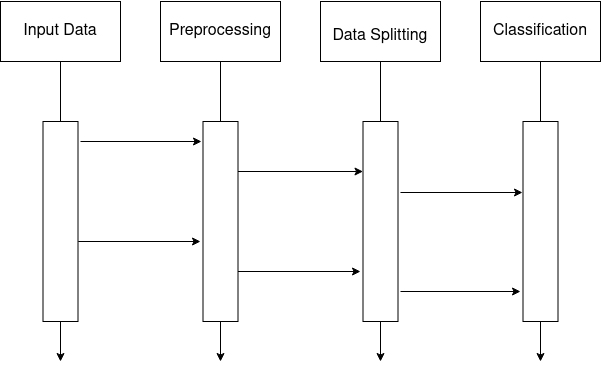
Earlier version of the draw.io export Sequence Diagram.drawio.png (ThenmozhiBalasubramanian/mcaProjectDiagram). Source tidied: cells renumbered, new cells last; positions are measured from the earlier drawing's top-left corner, leaving out a move shared by most shapes.
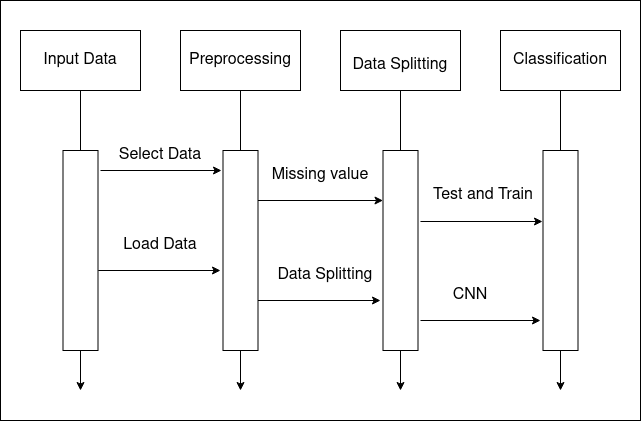
After the change.

What changed in the source:
```diff
@@ -2,6 +2,9 @@
   <root>
     <mxCell id="0" />
     <mxCell id="1" parent="0" />
+    <mxCell id="28" style="rounded=0;whiteSpace=wrap;html=1;fontSize=16;strokeColor=#000000;" parent="1" vertex="1">
+      <mxGeometry x="-20" y="-30" width="640" height="420" as="geometry" />
+    </mxCell>
     <mxCell id="2" style="rounded=0;whiteSpace=wrap;html=1;" parent="1" vertex="1">
       <mxGeometry x="480" width="120" height="60" as="geometry" />
     </mxCell>
@@ -102,5 +105,23 @@
     <mxCell id="27" value="&lt;h4 style=&quot;font-size: 16px;&quot;&gt;&lt;font style=&quot;font-size: 16px;&quot;&gt;&lt;span style=&quot;font-weight: normal;&quot;&gt;Input Data&lt;/span&gt;&lt;/font&gt;&lt;/h4&gt;" style="text;html=1;strokeColor=none;fillColor=none;align=center;verticalAlign=middle;whiteSpace=wrap;rounded=0;" parent="1" vertex="1">
       <mxGeometry x="20" y="15" width="80" height="30" as="geometry" />
     </mxCell>
+    <mxCell id="29" value="CNN" style="text;html=1;strokeColor=none;fillColor=none;align=center;verticalAlign=middle;whiteSpace=wrap;rounded=0;fontSize=16;" parent="1" vertex="1">
+      <mxGeometry x="420" y="250" width="60" height="30" as="geometry" />
+    </mxCell>
+    <mxCell id="30" value="Test and Train" style="text;html=1;strokeColor=none;fillColor=none;align=center;verticalAlign=middle;whiteSpace=wrap;rounded=0;fontSize=16;" parent="1" vertex="1">
+      <mxGeometry x="402.5" y="150" width="120" height="30" as="geometry" />
+    </mxCell>
+    <mxCell id="31" value="Data Splitting" style="text;html=1;strokeColor=none;fillColor=none;align=center;verticalAlign=middle;whiteSpace=wrap;rounded=0;fontSize=16;" parent="1" vertex="1">
+      <mxGeometry x="255" y="230" width="100" height="30" as="geometry" />
+    </mxCell>
+    <mxCell id="32" value="Missing value" style="text;html=1;strokeColor=none;fillColor=none;align=center;verticalAlign=middle;whiteSpace=wrap;rounded=0;fontSize=16;" parent="1" vertex="1">
+      <mxGeometry x="245" y="130" width="110" height="30" as="geometry" />
+    </mxCell>
+    <mxCell id="33" value="Load Data" style="text;html=1;strokeColor=none;fillColor=none;align=center;verticalAlign=middle;whiteSpace=wrap;rounded=0;fontSize=16;" parent="1" vertex="1">
+      <mxGeometry x="100" y="200" width="80" height="30" as="geometry" />
+    </mxCell>
+    <mxCell id="34" value="&lt;h4&gt;&lt;span style=&quot;font-weight: normal;&quot;&gt;Select Data&lt;/span&gt;&lt;/h4&gt;" style="text;html=1;strokeColor=none;fillColor=none;align=center;verticalAlign=middle;whiteSpace=wrap;rounded=0;fontSize=16;" parent="1" vertex="1">
+      <mxGeometry x="85" y="110" width="110" height="30" as="geometry" />
+    </mxCell>
   </root>
 </mxGraphModel>
```
